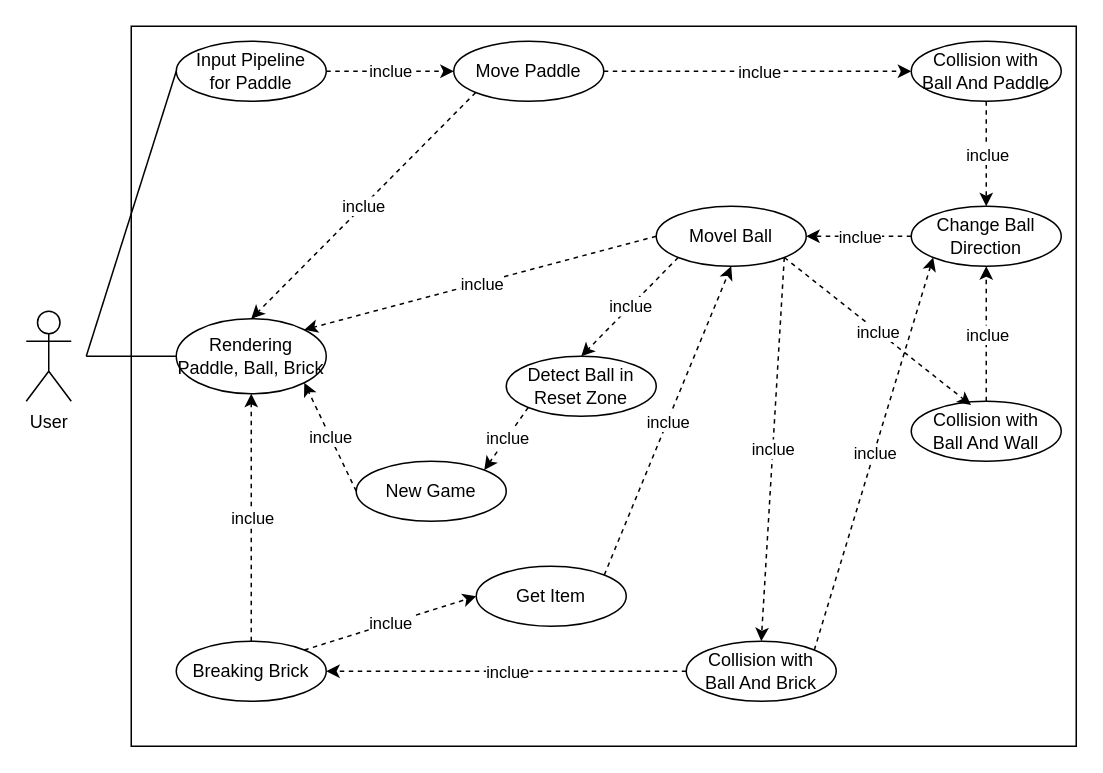
Earlier version of the draw.io diagram use_case.drawio (YunDamin/DrawIO). Source tidied: cells renumbered, new cells numbered last; positions are measured from the earlier drawing's top-left corner, leaving out a move shared by most shapes. Both pictures are drawn from the tidied source at 150%, with x=0, y=0 at pixel (26, 26).
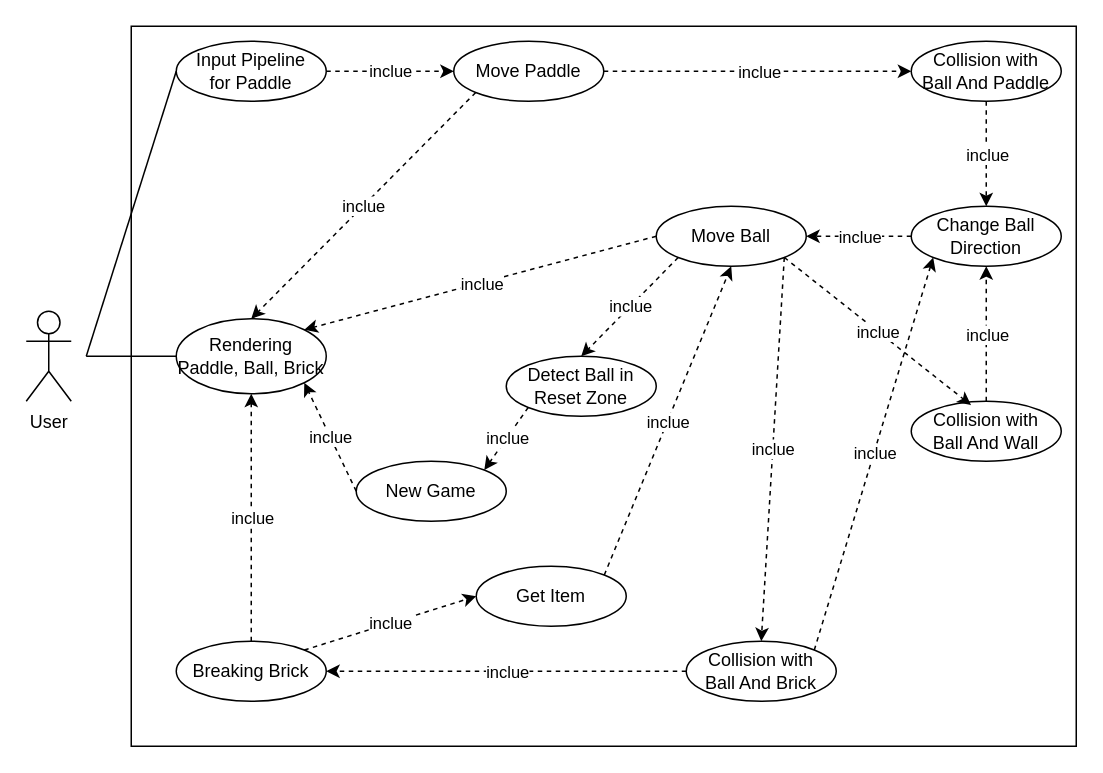
The same diagram, later.

What changed in the source:
```diff
@@
-    <mxCell id="21" value="Movel Ball" style="ellipse;whiteSpace=wrap;html=1;" parent="1" vertex="1">
+    <mxCell id="21" value="Move Ball" style="ellipse;whiteSpace=wrap;html=1;" parent="1" vertex="1">
       <mxGeometry x="420" y="120" width="100" height="40" as="geometry" />
     </mxCell>
```
